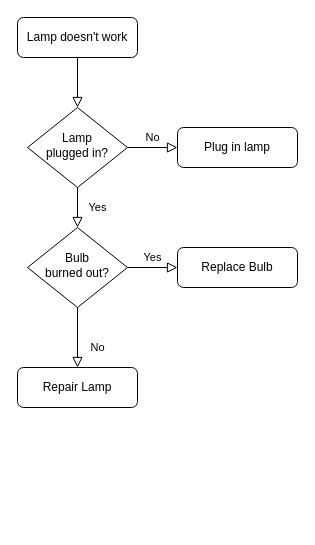
This is 暂停考试.drawio from zhaoShuang1/demo, a draw.io file, before an edit. Source tidied: cells renumbered, new cells numbered last; positions are measured from the earlier drawing's top-left corner, leaving out a move shared by most shapes. Both pictures are drawn from the tidied source at 100%, with x=0, y=0 at pixel (17, 17).
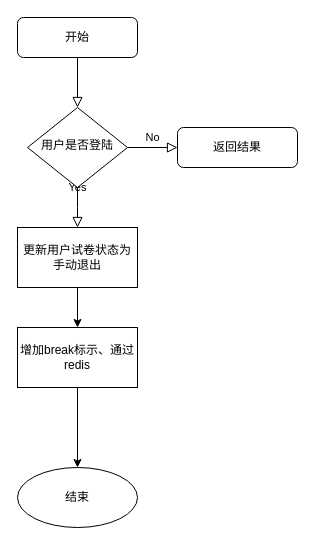
Above is the later version.

Commit message:
更新暂停考试.drawio

Change to the diagram source:
```diff
@@
 <mxGraphModel>
   <root>
     <mxCell id="0" />
     <mxCell id="1" parent="0" />
     <mxCell id="2" style="rounded=0;html=1;jettySize=auto;fontSize=11;endArrow=block;endFill=0;endSize=8;strokeWidth=1;shadow=0;labelBackgroundColor=none;edgeStyle=orthogonalEdgeStyle;" parent="1" edge="1" source="3" target="6">
       <mxGeometry relative="1" as="geometry" />
     </mxCell>
-    <mxCell id="3" value="Lamp doesn't work" style="rounded=1;whiteSpace=wrap;html=1;fontSize=12;glass=0;strokeWidth=1;shadow=0;" parent="1" vertex="1">
+    <mxCell id="3" value="开始" style="rounded=1;whiteSpace=wrap;html=1;fontSize=12;glass=0;strokeWidth=1;shadow=0;" parent="1" vertex="1">
       <mxGeometry width="120" height="40" as="geometry" />
     </mxCell>
-    <mxCell id="4" value="Yes" style="rounded=0;html=1;jettySize=auto;fontSize=11;endArrow=block;endFill=0;endSize=8;strokeWidth=1;shadow=0;labelBackgroundColor=none;edgeStyle=orthogonalEdgeStyle;" parent="1" edge="1" source="6" target="10">
-      <mxGeometry y="20" relative="1" as="geometry" />
+    <mxCell id="4" value="Yes" style="rounded=0;html=1;jettySize=auto;fontSize=11;endArrow=block;endFill=0;endSize=8;strokeWidth=1;shadow=0;labelBackgroundColor=none;edgeStyle=orthogonalEdgeStyle;" parent="1" edge="1" source="6">
+      <mxGeometry y="20" relative="1" as="geometry">
+        <mxPoint x="60" y="210" as="targetPoint" />
+      </mxGeometry>
     </mxCell>
     <mxCell id="5" value="No" style="edgeStyle=orthogonalEdgeStyle;rounded=0;html=1;jettySize=auto;fontSize=11;endArrow=block;endFill=0;endSize=8;strokeWidth=1;shadow=0;labelBackgroundColor=none;" parent="1" edge="1" source="6" target="7">
       <mxGeometry y="10" relative="1" as="geometry" />
     </mxCell>
-    <mxCell id="6" value="Lamp&lt;br&gt;plugged in?" style="rhombus;whiteSpace=wrap;html=1;shadow=0;fontFamily=Helvetica;fontSize=12;align=center;strokeWidth=1;spacing=6;spacingTop=-4;" parent="1" vertex="1">
+    <mxCell id="6" value="用户是否登陆" style="rhombus;whiteSpace=wrap;html=1;shadow=0;fontFamily=Helvetica;fontSize=12;align=center;strokeWidth=1;spacing=6;spacingTop=-4;" parent="1" vertex="1">
       <mxGeometry x="10" y="90" width="100" height="80" as="geometry" />
     </mxCell>
-    <mxCell id="7" value="Plug in lamp" style="rounded=1;whiteSpace=wrap;html=1;fontSize=12;glass=0;strokeWidth=1;shadow=0;" parent="1" vertex="1">
+    <mxCell id="7" value="返回结果" style="rounded=1;whiteSpace=wrap;html=1;fontSize=12;glass=0;strokeWidth=1;shadow=0;" parent="1" vertex="1">
       <mxGeometry x="160" y="110" width="120" height="40" as="geometry" />
     </mxCell>
-    <mxCell id="8" value="No" style="rounded=0;html=1;jettySize=auto;fontSize=11;endArrow=block;endFill=0;endSize=8;strokeWidth=1;shadow=0;labelBackgroundColor=none;edgeStyle=orthogonalEdgeStyle;" parent="1" edge="1" source="10" target="11">
-      <mxGeometry x="0.33" y="20" relative="1" as="geometry" />
-    </mxCell>
-    <mxCell id="9" value="Yes" style="edgeStyle=orthogonalEdgeStyle;rounded=0;html=1;jettySize=auto;fontSize=11;endArrow=block;endFill=0;endSize=8;strokeWidth=1;shadow=0;labelBackgroundColor=none;" parent="1" edge="1" source="10" target="12">
-      <mxGeometry y="10" relative="1" as="geometry" />
-    </mxCell>
-    <mxCell id="10" value="Bulb&lt;br&gt;burned out?" style="rhombus;whiteSpace=wrap;html=1;shadow=0;fontFamily=Helvetica;fontSize=12;align=center;strokeWidth=1;spacing=6;spacingTop=-4;" parent="1" vertex="1">
-      <mxGeometry x="10" y="210" width="100" height="80" as="geometry" />
-    </mxCell>
-    <mxCell id="11" value="Repair Lamp" style="rounded=1;whiteSpace=wrap;html=1;fontSize=12;glass=0;strokeWidth=1;shadow=0;" parent="1" vertex="1">
-      <mxGeometry y="350" width="120" height="40" as="geometry" />
-    </mxCell>
-    <mxCell id="12" value="Replace Bulb" style="rounded=1;whiteSpace=wrap;html=1;fontSize=12;glass=0;strokeWidth=1;shadow=0;" parent="1" vertex="1">
-      <mxGeometry x="160" y="230" width="120" height="40" as="geometry" />
-    </mxCell>
+    <mxCell id="13" style="edgeStyle=orthogonalEdgeStyle;rounded=0;jettySize=auto;html=1;" parent="1" edge="1" source="14" target="16">
+      <mxGeometry relative="1" as="geometry" />
+    </mxCell>
+    <mxCell id="14" value="更新用户试卷状态为手动退出" style="rounded=0;whiteSpace=wrap;html=1;" parent="1" vertex="1">
+      <mxGeometry y="210" width="120" height="60" as="geometry" />
+    </mxCell>
+    <mxCell id="15" style="edgeStyle=orthogonalEdgeStyle;rounded=0;jettySize=auto;html=1;" parent="1" edge="1" source="16" target="17">
+      <mxGeometry relative="1" as="geometry" />
+    </mxCell>
+    <mxCell id="16" value="增加break标示、通过redis" style="rounded=0;whiteSpace=wrap;html=1;" parent="1" vertex="1">
+      <mxGeometry y="310" width="120" height="60" as="geometry" />
+    </mxCell>
+    <mxCell id="17" value="结束" style="ellipse;whiteSpace=wrap;html=1;rounded=0;" parent="1" vertex="1">
+      <mxGeometry y="450" width="120" height="60" as="geometry" />
+    </mxCell>
   </root>
 </mxGraphModel>
```
